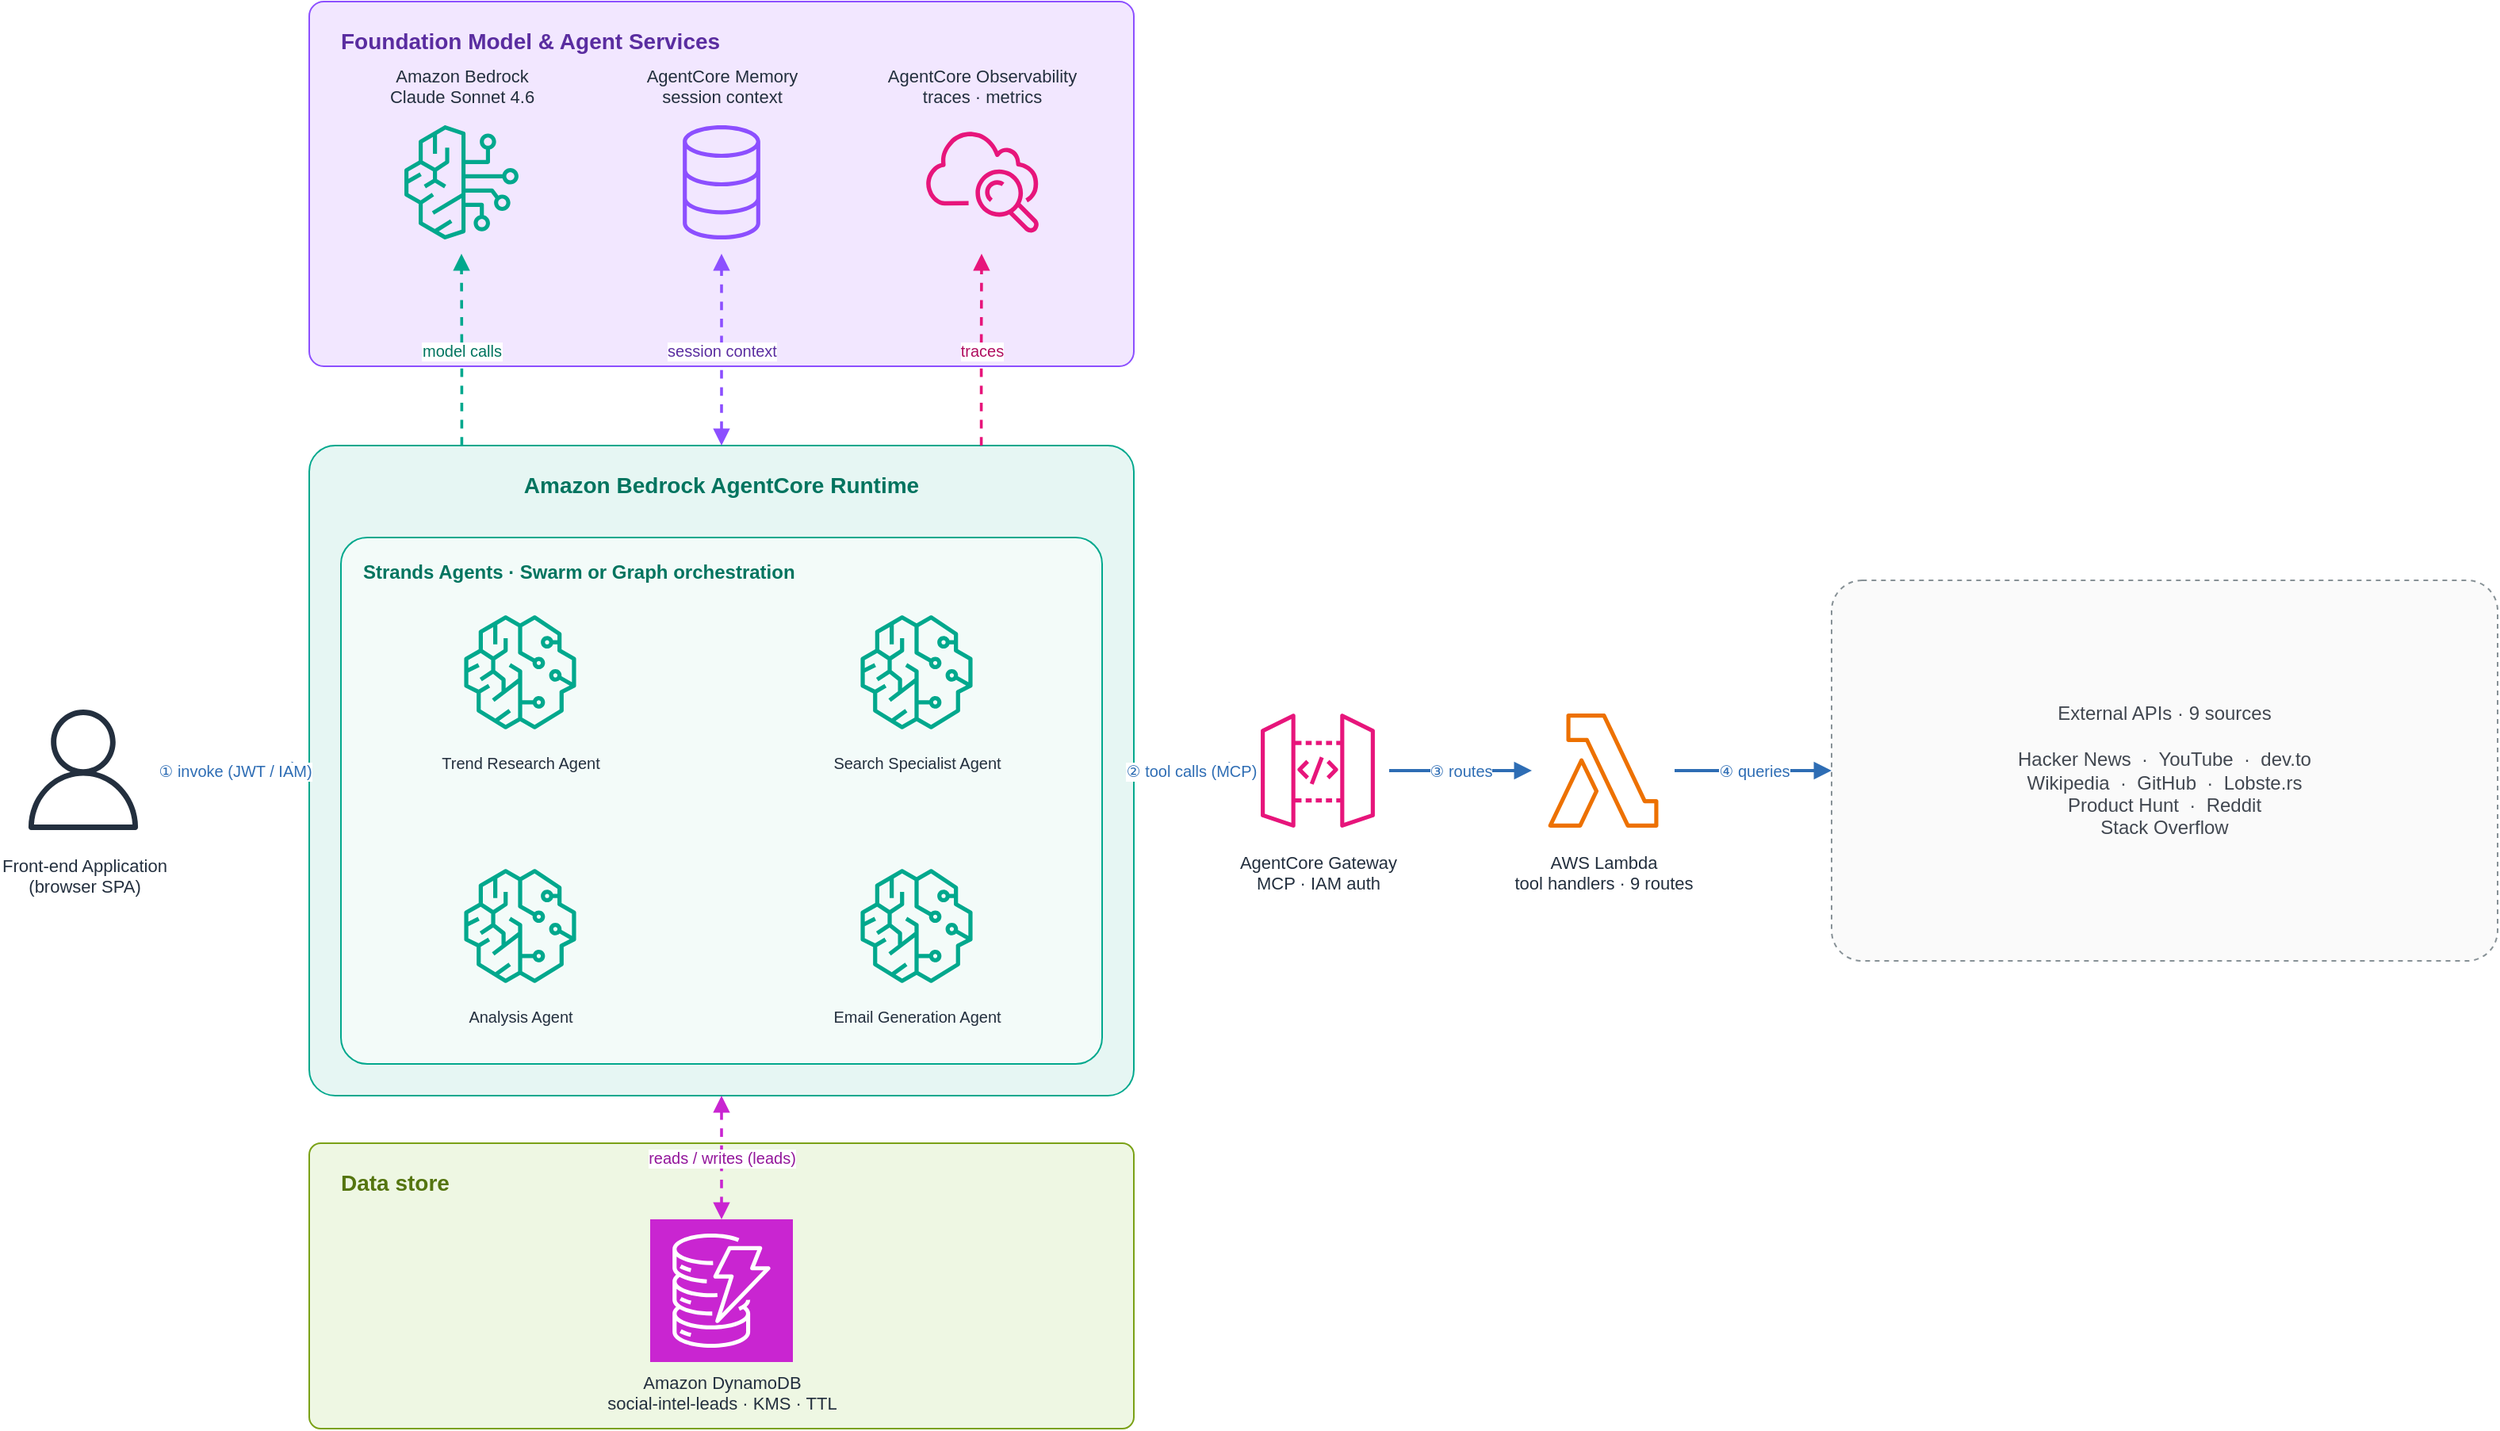
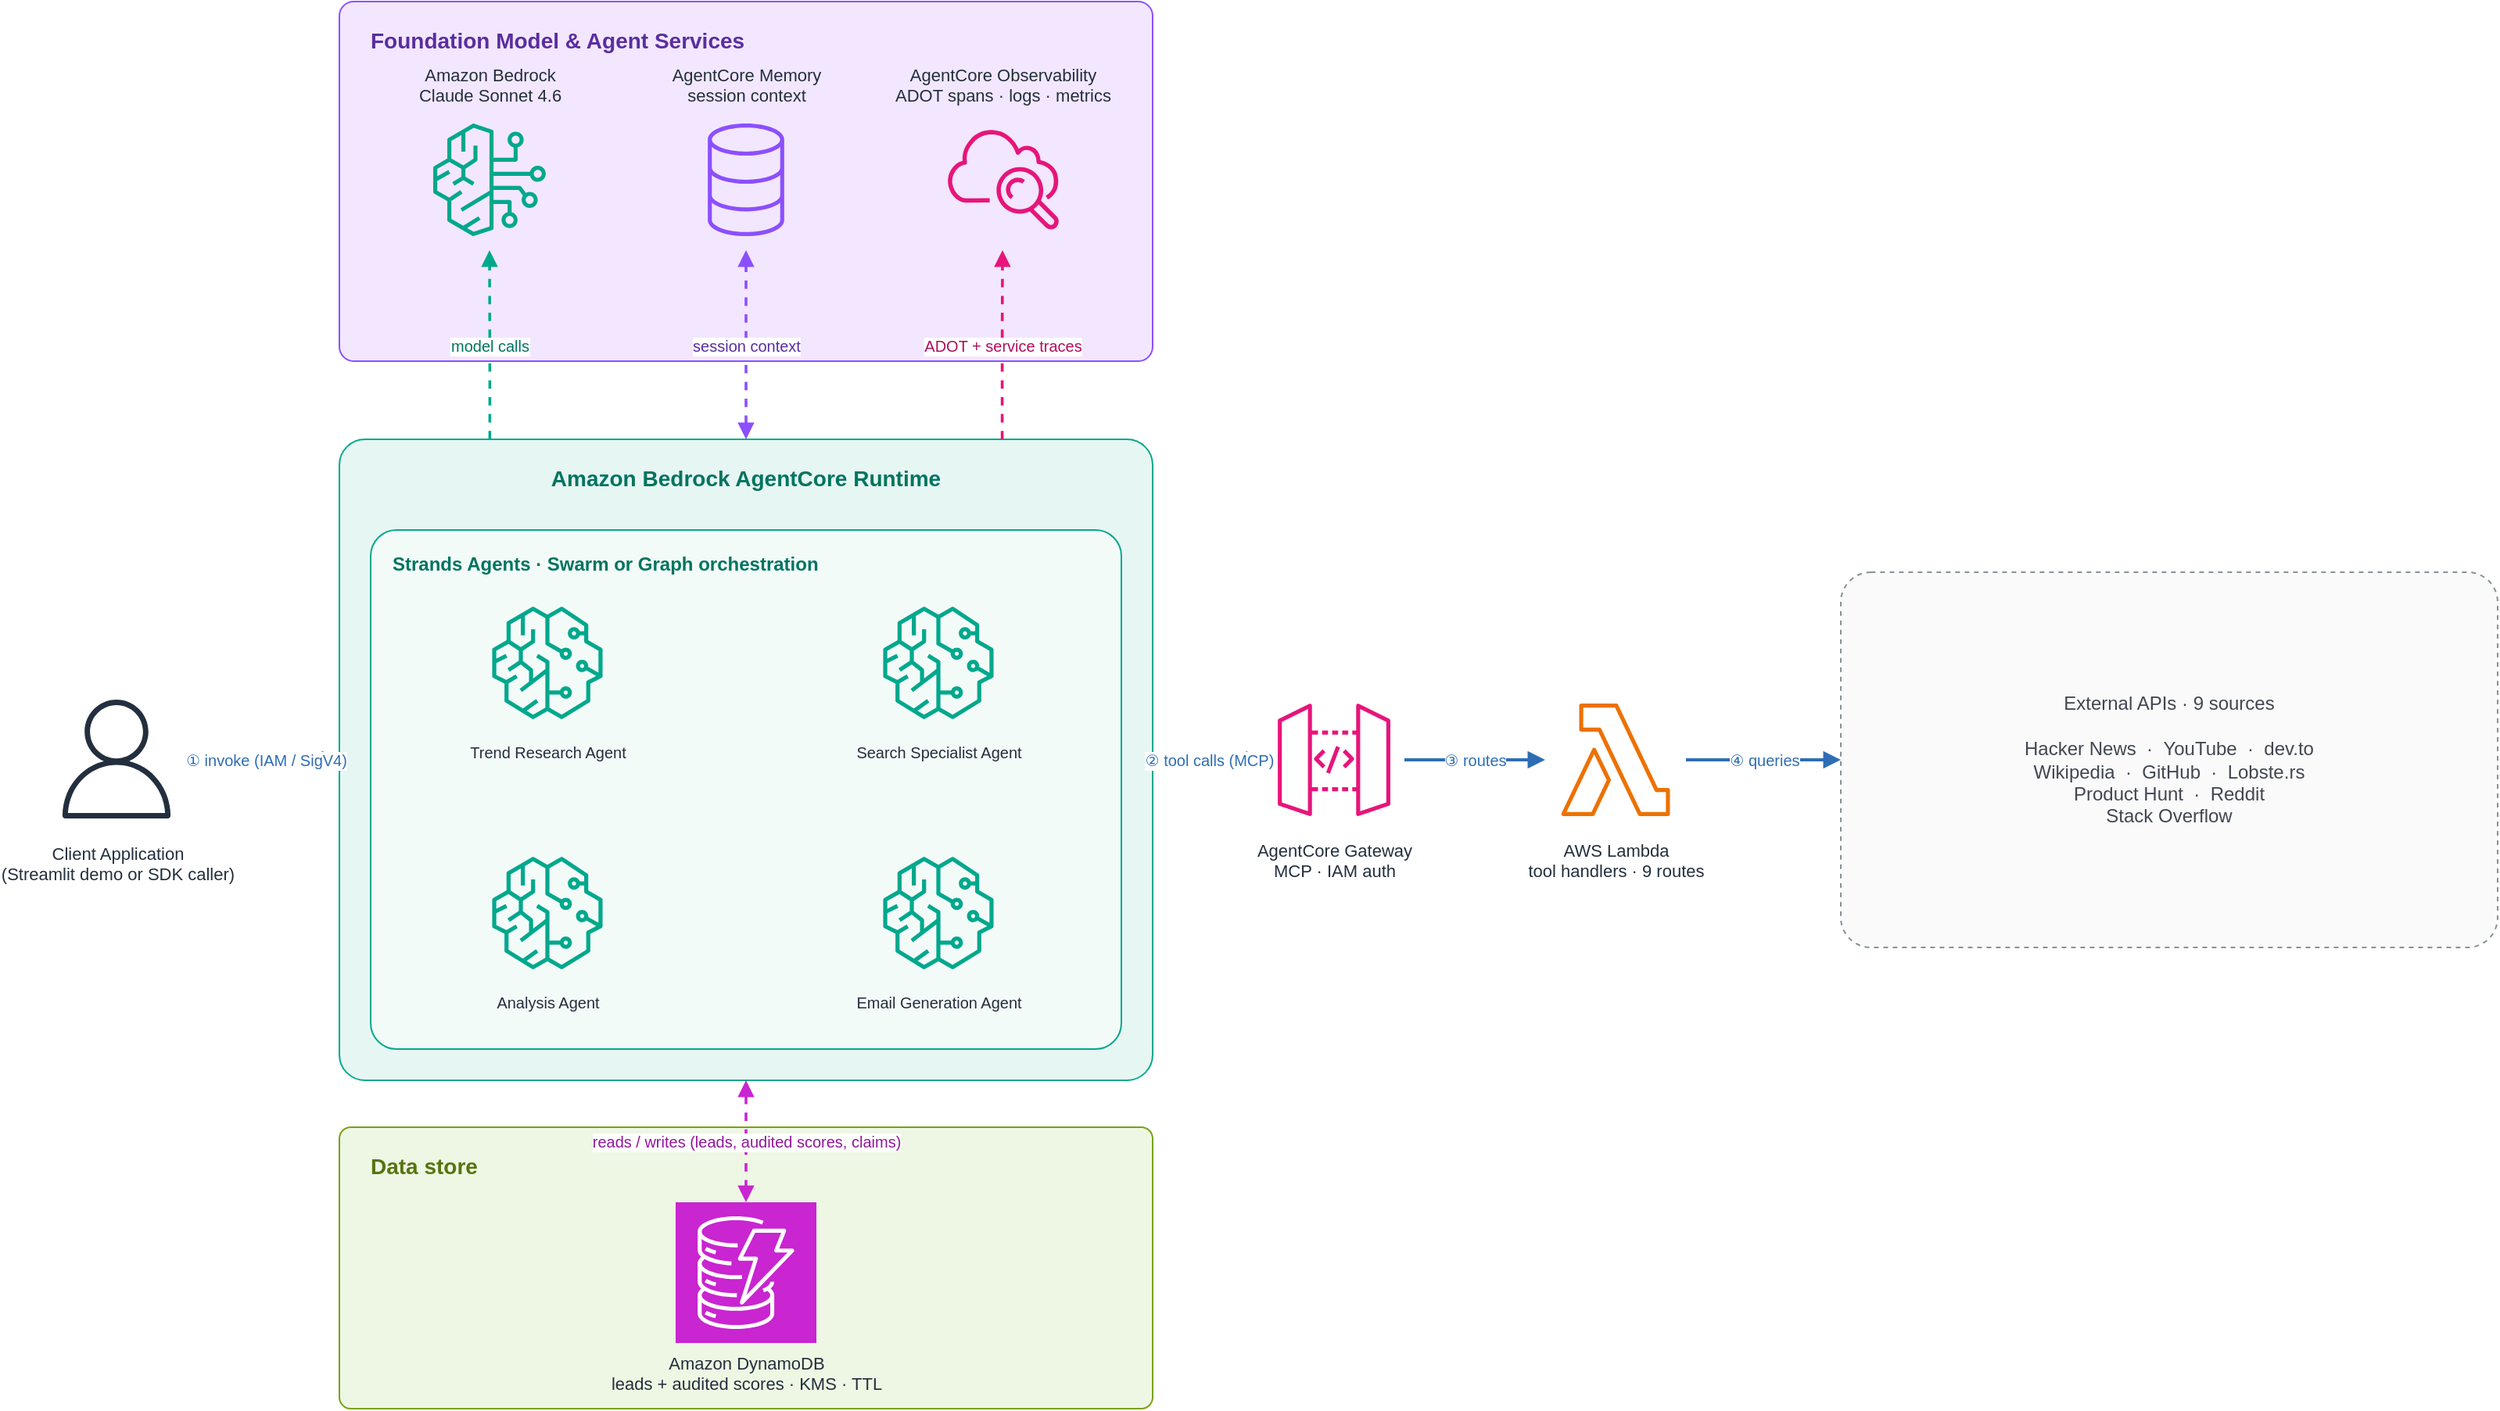
<mxfile host="app.diagrams.net" agent="Claude Code" version="24.0.0">
<diagram id="p-arch" name="Architecture Overview">
<mxGraphModel dx="1600" dy="900" grid="1" gridSize="10" guides="1" tooltips="1" connect="1" arrows="1" fold="1" page="1" pageScale="1" pageWidth="1680" pageHeight="960" math="0" shadow="0">
<root>
<mxCell id="0"/>
<mxCell id="1" parent="0"/>

<mxCell id="band_fm" value="Foundation Model &amp; Agent Services" style="rounded=1;whiteSpace=wrap;html=1;fillColor=#F2E7FF;strokeColor=#8C4FFF;verticalAlign=top;align=left;spacingLeft=18;spacingTop=10;fontColor=#5A2DA0;fontStyle=1;fontSize=14;arcSize=4;dashed=0;" vertex="1" parent="1">
<mxGeometry x="240" y="50" width="520" height="230" as="geometry"/>
</mxCell>
<mxCell id="band_data" value="Data store" style="rounded=1;whiteSpace=wrap;html=1;fillColor=#EEF7E3;strokeColor=#7AA116;verticalAlign=top;align=left;spacingLeft=18;spacingTop=10;fontColor=#557510;fontStyle=1;fontSize=14;arcSize=4;dashed=0;" vertex="1" parent="1">
<mxGeometry x="240" y="770" width="520" height="180" as="geometry"/>
</mxCell>

<mxCell id="bedrock" value="Amazon Bedrock&lt;br&gt;Claude Sonnet 4.6" style="sketch=0;outlineConnect=0;fontColor=#232F3E;gradientColor=none;fillColor=none;strokeColor=#01A88D;dashed=0;verticalLabelPosition=top;verticalAlign=bottom;align=center;html=1;fontSize=11;fontStyle=0;aspect=fixed;shape=mxgraph.aws4.resourceIcon;resIcon=mxgraph.aws4.bedrock;" vertex="1" parent="1">
<mxGeometry x="291" y="119" width="90" height="90" as="geometry"/>
</mxCell>
<mxCell id="memory" value="AgentCore Memory&lt;br&gt;session context" style="sketch=0;outlineConnect=0;fontColor=#232F3E;gradientColor=none;fillColor=none;strokeColor=#8C4FFF;dashed=0;verticalLabelPosition=top;verticalAlign=bottom;align=center;html=1;fontSize=11;fontStyle=0;aspect=fixed;shape=mxgraph.aws4.resourceIcon;resIcon=mxgraph.aws4.database;" vertex="1" parent="1">
<mxGeometry x="455" y="119" width="90" height="90" as="geometry"/>
</mxCell>
- <mxCell id="obs" value="AgentCore Observability&lt;br&gt;traces &#183; metrics" style="sketch=0;outlineConnect=0;fontColor=#232F3E;gradientColor=none;fillColor=none;strokeColor=#E7157B;dashed=0;verticalLabelPosition=top;verticalAlign=bottom;align=center;html=1;fontSize=11;fontStyle=0;aspect=fixed;shape=mxgraph.aws4.resourceIcon;resIcon=mxgraph.aws4.cloudwatch;" vertex="1" parent="1">
+ <mxCell id="obs" value="AgentCore Observability&lt;br&gt;ADOT spans &#183; logs &#183; metrics" style="sketch=0;outlineConnect=0;fontColor=#232F3E;gradientColor=none;fillColor=none;strokeColor=#E7157B;dashed=0;verticalLabelPosition=top;verticalAlign=bottom;align=center;html=1;fontSize=11;fontStyle=0;aspect=fixed;shape=mxgraph.aws4.resourceIcon;resIcon=mxgraph.aws4.cloudwatch;" vertex="1" parent="1">
<mxGeometry x="619" y="119" width="90" height="90" as="geometry"/>
</mxCell>

- <mxCell id="user" value="Front-end Application&lt;br&gt;(browser SPA)" style="sketch=0;outlineConnect=0;fontColor=#232F3E;gradientColor=none;fillColor=none;strokeColor=#232F3E;dashed=0;verticalLabelPosition=bottom;verticalAlign=top;align=center;html=1;fontSize=11;fontStyle=0;aspect=fixed;shape=mxgraph.aws4.resourceIcon;resIcon=mxgraph.aws4.user;" vertex="1" parent="1">
+ <mxCell id="user" value="Client Application&lt;br&gt;(Streamlit demo or SDK caller)" style="sketch=0;outlineConnect=0;fontColor=#232F3E;gradientColor=none;fillColor=none;strokeColor=#232F3E;dashed=0;verticalLabelPosition=bottom;verticalAlign=top;align=center;html=1;fontSize=11;fontStyle=0;aspect=fixed;shape=mxgraph.aws4.resourceIcon;resIcon=mxgraph.aws4.user;" vertex="1" parent="1">
<mxGeometry x="50" y="487" width="95" height="95" as="geometry"/>
</mxCell>

<mxCell id="rt" value="Amazon Bedrock AgentCore Runtime" style="rounded=1;whiteSpace=wrap;html=1;fillColor=#E6F6F3;strokeColor=#01A88D;verticalAlign=top;align=center;spacingTop=10;fontColor=#00745F;fontStyle=1;fontSize=14;arcSize=4;dashed=0;" vertex="1" parent="1">
<mxGeometry x="240" y="330" width="520" height="410" as="geometry"/>
</mxCell>
<mxCell id="agents" value="Strands Agents &#183; Swarm or Graph orchestration" style="rounded=1;whiteSpace=wrap;html=1;fillColor=#F3FBF9;strokeColor=#01A88D;verticalAlign=top;align=left;spacingLeft=12;spacingTop=8;fontColor=#00745F;fontStyle=1;fontSize=12;arcSize=5;dashed=0;" vertex="1" parent="1">
<mxGeometry x="260" y="388" width="480" height="332" as="geometry"/>
</mxCell>
<mxCell id="a_trend" value="Trend Research Agent" style="sketch=0;outlineConnect=0;fontColor=#232F3E;gradientColor=none;fillColor=none;strokeColor=#01A88D;dashed=0;verticalLabelPosition=bottom;verticalAlign=top;align=center;html=1;fontSize=10;fontStyle=0;aspect=fixed;shape=mxgraph.aws4.resourceIcon;resIcon=mxgraph.aws4.sagemaker;" vertex="1" parent="1">
<mxGeometry x="328" y="428" width="90" height="90" as="geometry"/>
</mxCell>
<mxCell id="a_search" value="Search Specialist Agent" style="sketch=0;outlineConnect=0;fontColor=#232F3E;gradientColor=none;fillColor=none;strokeColor=#01A88D;dashed=0;verticalLabelPosition=bottom;verticalAlign=top;align=center;html=1;fontSize=10;fontStyle=0;aspect=fixed;shape=mxgraph.aws4.resourceIcon;resIcon=mxgraph.aws4.sagemaker;" vertex="1" parent="1">
<mxGeometry x="578" y="428" width="90" height="90" as="geometry"/>
</mxCell>
<mxCell id="a_analysis" value="Analysis Agent" style="sketch=0;outlineConnect=0;fontColor=#232F3E;gradientColor=none;fillColor=none;strokeColor=#01A88D;dashed=0;verticalLabelPosition=bottom;verticalAlign=top;align=center;html=1;fontSize=10;fontStyle=0;aspect=fixed;shape=mxgraph.aws4.resourceIcon;resIcon=mxgraph.aws4.sagemaker;" vertex="1" parent="1">
<mxGeometry x="328" y="588" width="90" height="90" as="geometry"/>
</mxCell>
<mxCell id="a_email" value="Email Generation Agent" style="sketch=0;outlineConnect=0;fontColor=#232F3E;gradientColor=none;fillColor=none;strokeColor=#01A88D;dashed=0;verticalLabelPosition=bottom;verticalAlign=top;align=center;html=1;fontSize=10;fontStyle=0;aspect=fixed;shape=mxgraph.aws4.resourceIcon;resIcon=mxgraph.aws4.sagemaker;" vertex="1" parent="1">
<mxGeometry x="578" y="588" width="90" height="90" as="geometry"/>
</mxCell>

<mxCell id="gw" value="AgentCore Gateway&lt;br&gt;MCP &#183; IAM auth" style="sketch=0;outlineConnect=0;fontColor=#232F3E;gradientColor=none;fillColor=none;strokeColor=#E7157B;dashed=0;verticalLabelPosition=bottom;verticalAlign=top;align=center;html=1;fontSize=11;fontStyle=0;aspect=fixed;shape=mxgraph.aws4.resourceIcon;resIcon=mxgraph.aws4.api_gateway;" vertex="1" parent="1">
<mxGeometry x="831" y="490" width="90" height="90" as="geometry"/>
</mxCell>
<mxCell id="lambda" value="AWS Lambda&lt;br&gt;tool handlers &#183; 9 routes" style="sketch=0;outlineConnect=0;fontColor=#232F3E;gradientColor=none;fillColor=none;strokeColor=#ED7100;dashed=0;verticalLabelPosition=bottom;verticalAlign=top;align=center;html=1;fontSize=11;fontStyle=0;aspect=fixed;shape=mxgraph.aws4.resourceIcon;resIcon=mxgraph.aws4.lambda;" vertex="1" parent="1">
<mxGeometry x="1011" y="490" width="90" height="90" as="geometry"/>
</mxCell>

<mxCell id="ext" value="External APIs &#183; 9 sources&#10;&#10;Hacker News&#160;&#160;&#183;&#160;&#160;YouTube&#160;&#160;&#183;&#160;&#160;dev.to&#10;Wikipedia&#160;&#160;&#183;&#160;&#160;GitHub&#160;&#160;&#183;&#160;&#160;Lobste.rs&#10;Product Hunt&#160;&#160;&#183;&#160;&#160;Reddit&#10;Stack Overflow" style="rounded=1;whiteSpace=wrap;html=1;fillColor=#FAFAFA;strokeColor=#879196;fontColor=#414750;fontSize=12;fontStyle=0;dashed=1;verticalAlign=middle;align=center;arcSize=8;spacingLeft=6;spacingRight=6;" vertex="1" parent="1">
<mxGeometry x="1200" y="415" width="420" height="240" as="geometry"/>
</mxCell>

- <mxCell id="ddb" value="Amazon DynamoDB&lt;br&gt;social-intel-leads &#183; KMS &#183; TTL" style="sketch=0;outlineConnect=0;fontColor=#232F3E;gradientColor=none;fillColor=#C925D1;strokeColor=#ffffff;dashed=0;verticalLabelPosition=bottom;verticalAlign=top;align=center;html=1;fontSize=11;fontStyle=0;aspect=fixed;shape=mxgraph.aws4.resourceIcon;resIcon=mxgraph.aws4.dynamodb;" vertex="1" parent="1">
+ <mxCell id="ddb" value="Amazon DynamoDB&lt;br&gt;leads + audited scores &#183; KMS &#183; TTL" style="sketch=0;outlineConnect=0;fontColor=#232F3E;gradientColor=none;fillColor=#C925D1;strokeColor=#ffffff;dashed=0;verticalLabelPosition=bottom;verticalAlign=top;align=center;html=1;fontSize=11;fontStyle=0;aspect=fixed;shape=mxgraph.aws4.resourceIcon;resIcon=mxgraph.aws4.dynamodb;" vertex="1" parent="1">
<mxGeometry x="455" y="818" width="90" height="90" as="geometry"/>
</mxCell>

- <mxCell id="e1" value="&#9312; invoke (JWT / IAM)" style="edgeStyle=orthogonalEdgeStyle;rounded=1;html=1;jettySize=auto;dashed=0;strokeColor=#2E6DB4;strokeWidth=2;fontColor=#2E6DB4;fontSize=10;endArrow=block;endFill=1;labelBackgroundColor=#FFFFFF;exitX=1;exitY=0.5;exitDx=0;exitDy=0;entryX=0;entryY=0.5;entryDx=0;entryDy=0;" edge="1" parent="1" source="user" target="rt">
+ <mxCell id="e1" value="&#9312; invoke (IAM / SigV4)" style="edgeStyle=orthogonalEdgeStyle;rounded=1;html=1;jettySize=auto;dashed=0;strokeColor=#2E6DB4;strokeWidth=2;fontColor=#2E6DB4;fontSize=10;endArrow=block;endFill=1;labelBackgroundColor=#FFFFFF;exitX=1;exitY=0.5;exitDx=0;exitDy=0;entryX=0;entryY=0.5;entryDx=0;entryDy=0;" edge="1" parent="1" source="user" target="rt">
<mxGeometry relative="1" as="geometry"/>
</mxCell>
<mxCell id="e2" value="&#9313; tool calls (MCP)" style="edgeStyle=orthogonalEdgeStyle;rounded=1;html=1;jettySize=auto;dashed=0;strokeColor=#2E6DB4;strokeWidth=2;fontColor=#2E6DB4;fontSize=10;endArrow=block;endFill=1;labelBackgroundColor=#FFFFFF;exitX=1;exitY=0.5;exitDx=0;exitDy=0;entryX=0;entryY=0.5;entryDx=0;entryDy=0;" edge="1" parent="1" source="rt" target="gw">
<mxGeometry relative="1" as="geometry"/>
</mxCell>
<mxCell id="e3" value="&#9314; routes" style="edgeStyle=orthogonalEdgeStyle;rounded=1;html=1;jettySize=auto;dashed=0;strokeColor=#2E6DB4;strokeWidth=2;fontColor=#2E6DB4;fontSize=10;endArrow=block;endFill=1;labelBackgroundColor=#FFFFFF;exitX=1;exitY=0.5;exitDx=0;exitDy=0;entryX=0;entryY=0.5;entryDx=0;entryDy=0;" edge="1" parent="1" source="gw" target="lambda">
<mxGeometry relative="1" as="geometry"/>
</mxCell>
<mxCell id="e4" value="&#9315; queries" style="edgeStyle=orthogonalEdgeStyle;rounded=1;html=1;jettySize=auto;dashed=0;strokeColor=#2E6DB4;strokeWidth=2;fontColor=#2E6DB4;fontSize=10;endArrow=block;endFill=1;labelBackgroundColor=#FFFFFF;exitX=1;exitY=0.5;exitDx=0;exitDy=0;entryX=0;entryY=0.5;entryDx=0;entryDy=0;" edge="1" parent="1" source="lambda" target="ext">
<mxGeometry relative="1" as="geometry"/>
</mxCell>

<mxCell id="e5" value="model calls" style="edgeStyle=orthogonalEdgeStyle;rounded=1;html=1;jettySize=auto;dashed=1;strokeColor=#00A88D;strokeWidth=1.8;fontColor=#00745F;fontSize=10;endArrow=block;endFill=1;labelBackgroundColor=#FFFFFF;exitX=0.185;exitY=0;exitDx=0;exitDy=0;entryX=0.5;entryY=1;entryDx=0;entryDy=0;" edge="1" parent="1" source="rt" target="bedrock">
<mxGeometry relative="1" as="geometry"/>
</mxCell>
<mxCell id="e6" value="session context" style="edgeStyle=orthogonalEdgeStyle;rounded=1;html=1;jettySize=auto;dashed=1;strokeColor=#8C4FFF;strokeWidth=1.8;fontColor=#5A2DA0;fontSize=10;endArrow=block;endFill=1;startArrow=block;startFill=1;labelBackgroundColor=#FFFFFF;exitX=0.5;exitY=0;exitDx=0;exitDy=0;entryX=0.5;entryY=1;entryDx=0;entryDy=0;" edge="1" parent="1" source="rt" target="memory">
<mxGeometry relative="1" as="geometry"/>
</mxCell>
- <mxCell id="e7" value="traces" style="edgeStyle=orthogonalEdgeStyle;rounded=1;html=1;jettySize=auto;dashed=1;strokeColor=#E7157B;strokeWidth=1.8;fontColor=#B00E5F;fontSize=10;endArrow=block;endFill=1;labelBackgroundColor=#FFFFFF;exitX=0.815;exitY=0;exitDx=0;exitDy=0;entryX=0.5;entryY=1;entryDx=0;entryDy=0;" edge="1" parent="1" source="rt" target="obs">
+ <mxCell id="e7" value="ADOT + service traces" style="edgeStyle=orthogonalEdgeStyle;rounded=1;html=1;jettySize=auto;dashed=1;strokeColor=#E7157B;strokeWidth=1.8;fontColor=#B00E5F;fontSize=10;endArrow=block;endFill=1;labelBackgroundColor=#FFFFFF;exitX=0.815;exitY=0;exitDx=0;exitDy=0;entryX=0.5;entryY=1;entryDx=0;entryDy=0;" edge="1" parent="1" source="rt" target="obs">
<mxGeometry relative="1" as="geometry"/>
</mxCell>

- <mxCell id="e8" value="reads / writes (leads)" style="edgeStyle=orthogonalEdgeStyle;rounded=1;html=1;jettySize=auto;dashed=1;strokeColor=#C925D1;strokeWidth=1.8;fontColor=#93169B;fontSize=10;endArrow=block;endFill=1;startArrow=block;startFill=1;labelBackgroundColor=#FFFFFF;exitX=0.5;exitY=1;exitDx=0;exitDy=0;entryX=0.5;entryY=0;entryDx=0;entryDy=0;" edge="1" parent="1" source="rt" target="ddb">
+ <mxCell id="e8" value="reads / writes (leads, audited scores, claims)" style="edgeStyle=orthogonalEdgeStyle;rounded=1;html=1;jettySize=auto;dashed=1;strokeColor=#C925D1;strokeWidth=1.8;fontColor=#93169B;fontSize=10;endArrow=block;endFill=1;startArrow=block;startFill=1;labelBackgroundColor=#FFFFFF;exitX=0.5;exitY=1;exitDx=0;exitDy=0;entryX=0.5;entryY=0;entryDx=0;entryDy=0;" edge="1" parent="1" source="rt" target="ddb">
<mxGeometry relative="1" as="geometry"/>
</mxCell>

</root>
</mxGraphModel>
</diagram>
</mxfile>
